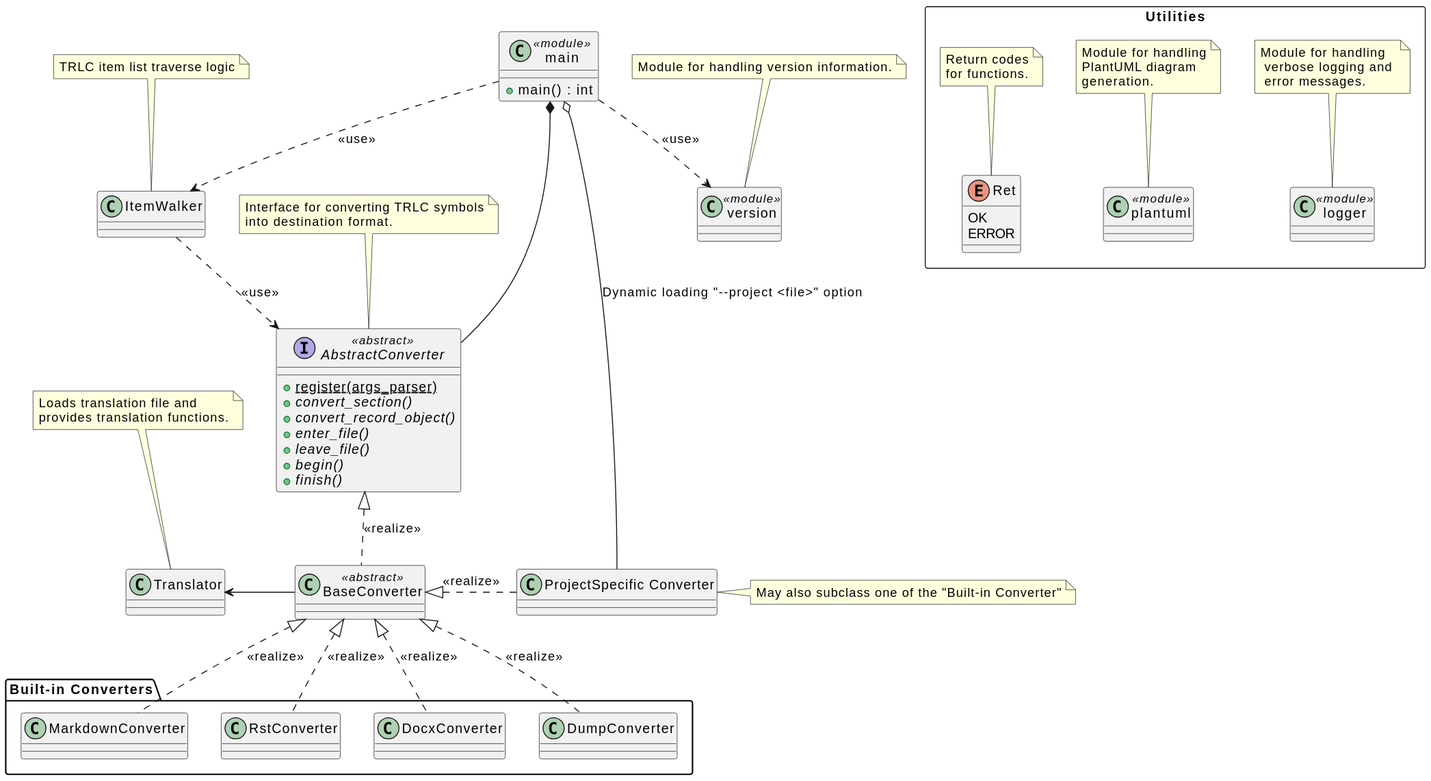
This is unstable/class_diagram.svg from NewTec-GmbH/pyTRLCConverter, a PlantUML export, as it was before one commit.
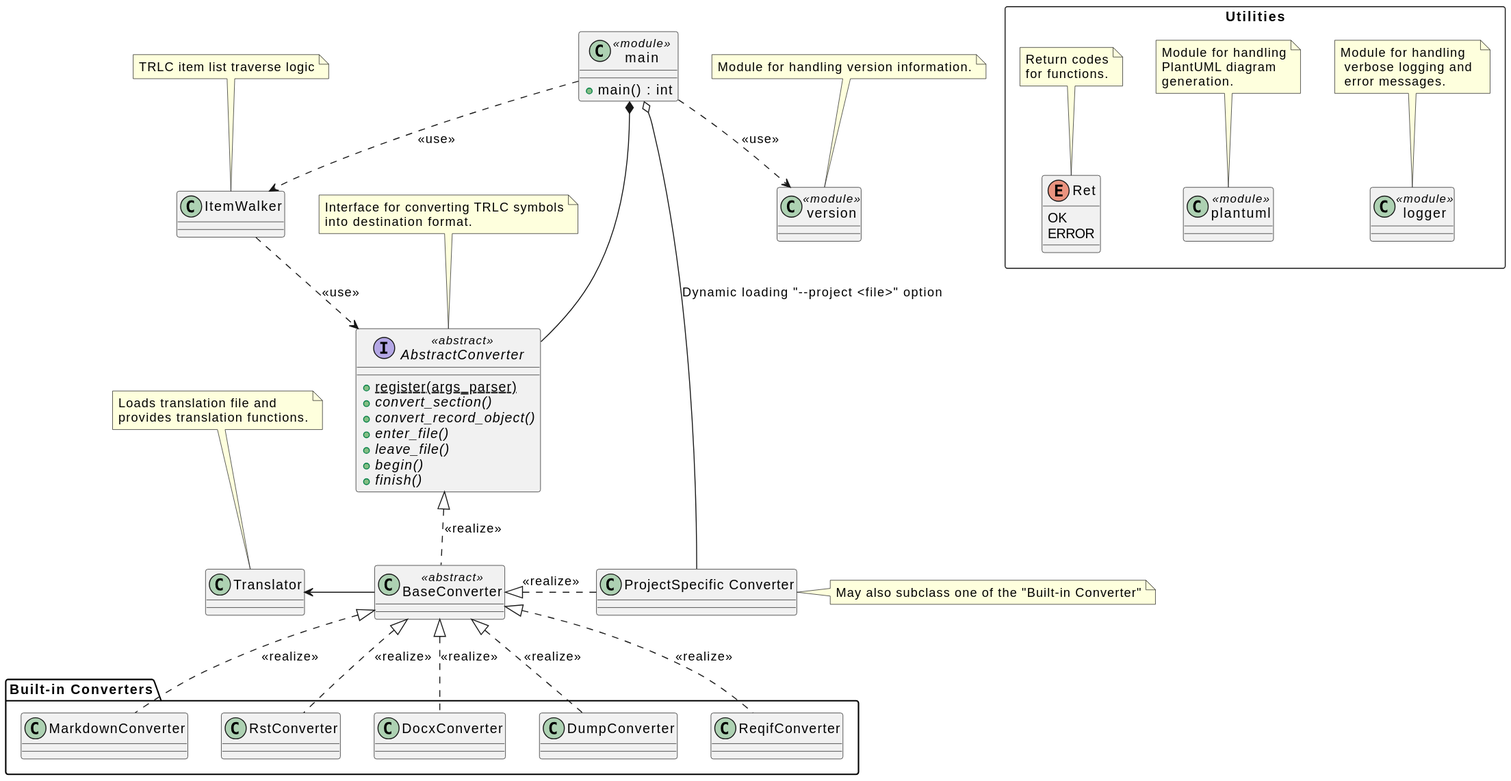
After the change.

The edit, as a diff of the source:
```diff
@@ -31,6 +31,9 @@
 
     class "DumpConverter" as dumpConverter {
     }
+
+    class "ReqifConverter" as reqifConverter {
+    }
 }
 
 abstractConverter <|.. baseConverter: <<realize>>
@@ -38,6 +41,7 @@
 baseConverter <|.. docxConverter: <<realize>>
 baseConverter <|.. dumpConverter: <<realize>>
 baseConverter <|.. rstConverter: <<realize>>
+baseConverter <|.. reqifConverter: <<realize>>
 
 class "version" as version <<module>> {
 }
```
